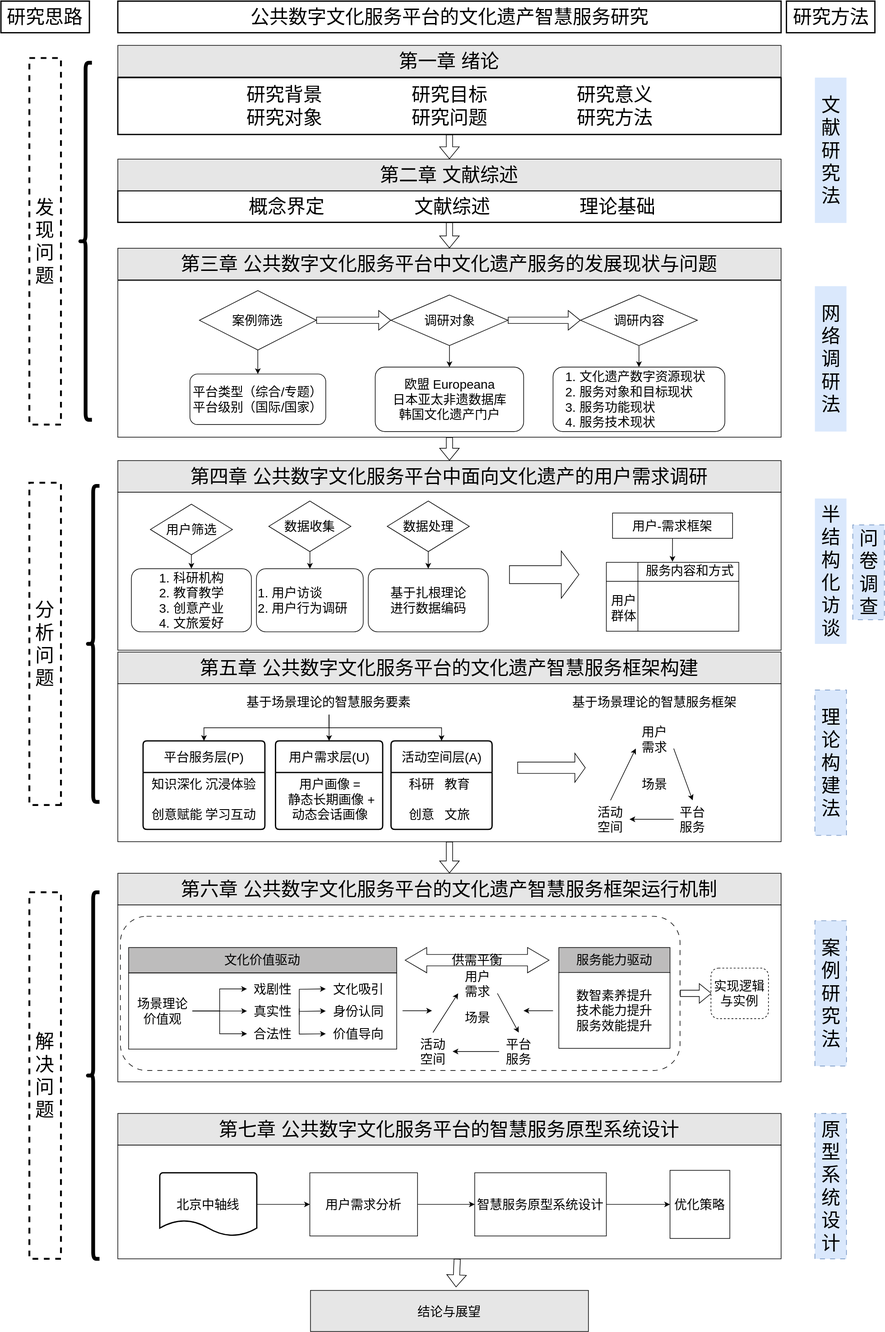
Above: 开题结构图.drawio.svg in Utah-wu/draw.io (draw.io), before the change. Source tidied: cells renumbered, new cells last; positions are measured from the earlier drawing's top-left corner, leaving out a move shared by most shapes.
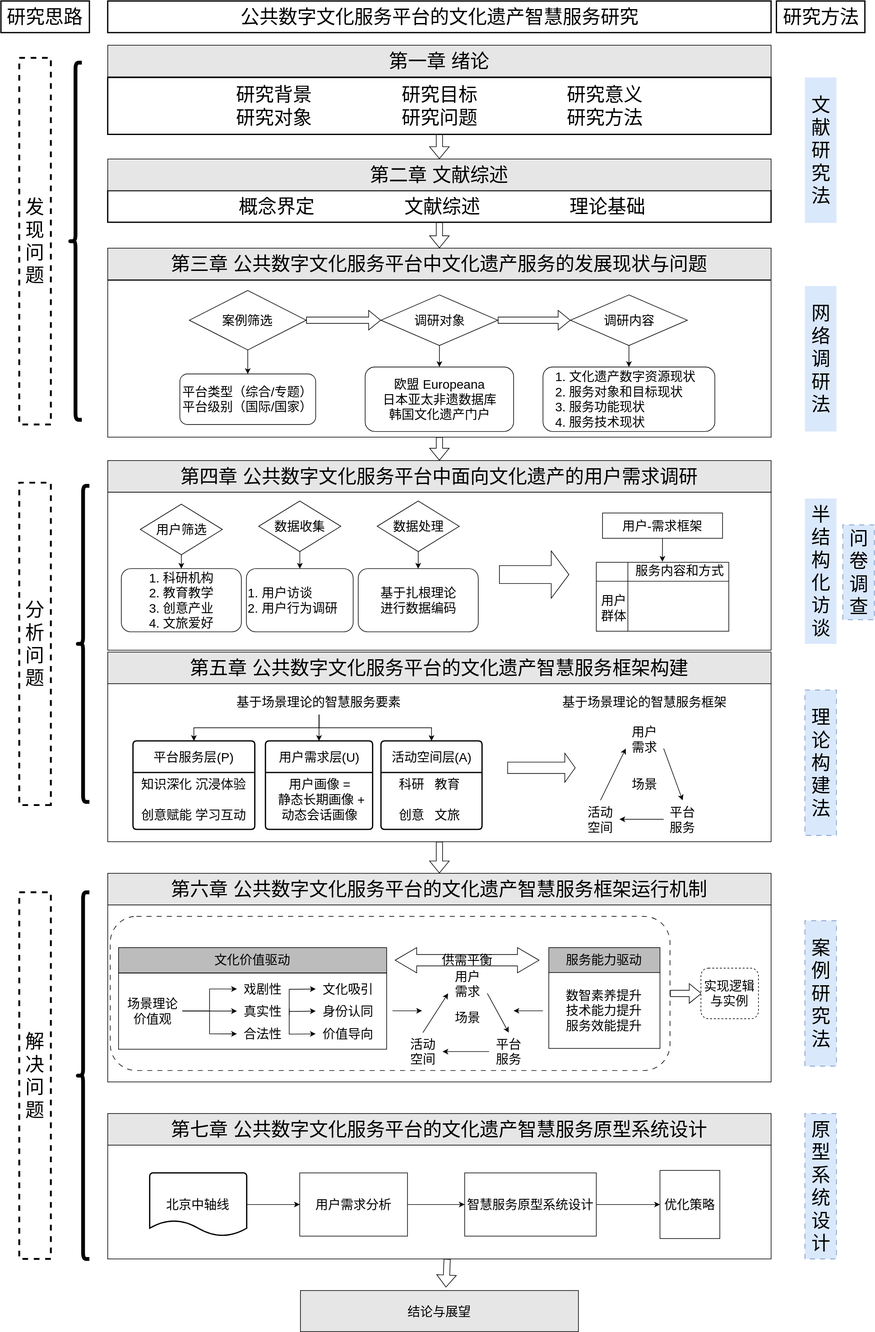
After the change.

Commit message:
更新开题结构图.drawio.svg

Change to the diagram source:
```diff
@@ -24,7 +24,7 @@
       <mxGeometry x="185" y="442" width="1050" height="248" as="geometry" />
     </mxCell>
     <mxCell id="9" value="研究思路" style="rounded=0;whiteSpace=wrap;html=1;fontSize=30;strokeWidth=2;" parent="1" vertex="1">
-      <mxGeometry width="140" height="50" as="geometry" />
+      <mxGeometry x="16" width="140" height="50" as="geometry" />
     </mxCell>
     <mxCell id="10" value="研究方法" style="rounded=0;whiteSpace=wrap;html=1;fontSize=30;strokeWidth=2;" parent="1" vertex="1">
       <mxGeometry x="1243.5" width="140" height="50" as="geometry" />
@@ -223,7 +223,7 @@
     <mxCell id="72" style="rounded=0;whiteSpace=wrap;html=1;" parent="1" vertex="1">
       <mxGeometry x="185" y="1810" width="1050" height="180" as="geometry" />
     </mxCell>
-    <mxCell id="73" value="&lt;span style=&quot;font-size: 30px;&quot;&gt;第七章&amp;nbsp;&lt;/span&gt;&lt;span style=&quot;font-size: 30px; text-wrap: nowrap;&quot;&gt;公共数字文化服务平台的智慧&lt;/span&gt;&lt;span style=&quot;font-size: 30px;&quot;&gt;服务原型系统设计&lt;/span&gt;" style="rounded=0;whiteSpace=wrap;html=1;fillColor=#E6E6E6;" parent="1" vertex="1">
+    <mxCell id="73" value="&lt;span style=&quot;font-size: 30px;&quot;&gt;第七章&amp;nbsp;&lt;/span&gt;&lt;span style=&quot;font-size: 30px; text-wrap: nowrap;&quot;&gt;公共数字文化服务平台的文化遗产智慧&lt;/span&gt;&lt;span style=&quot;font-size: 30px;&quot;&gt;服务原型系统设计&lt;/span&gt;" style="rounded=0;whiteSpace=wrap;html=1;fillColor=#E6E6E6;" parent="1" vertex="1">
       <mxGeometry x="185" y="1760" width="1050" height="50" as="geometry" />
     </mxCell>
     <mxCell id="74" style="edgeStyle=orthogonalEdgeStyle;rounded=0;jettySize=auto;html=1;fontSize=20;" parent="1" edge="1" source="75" target="77">
```
